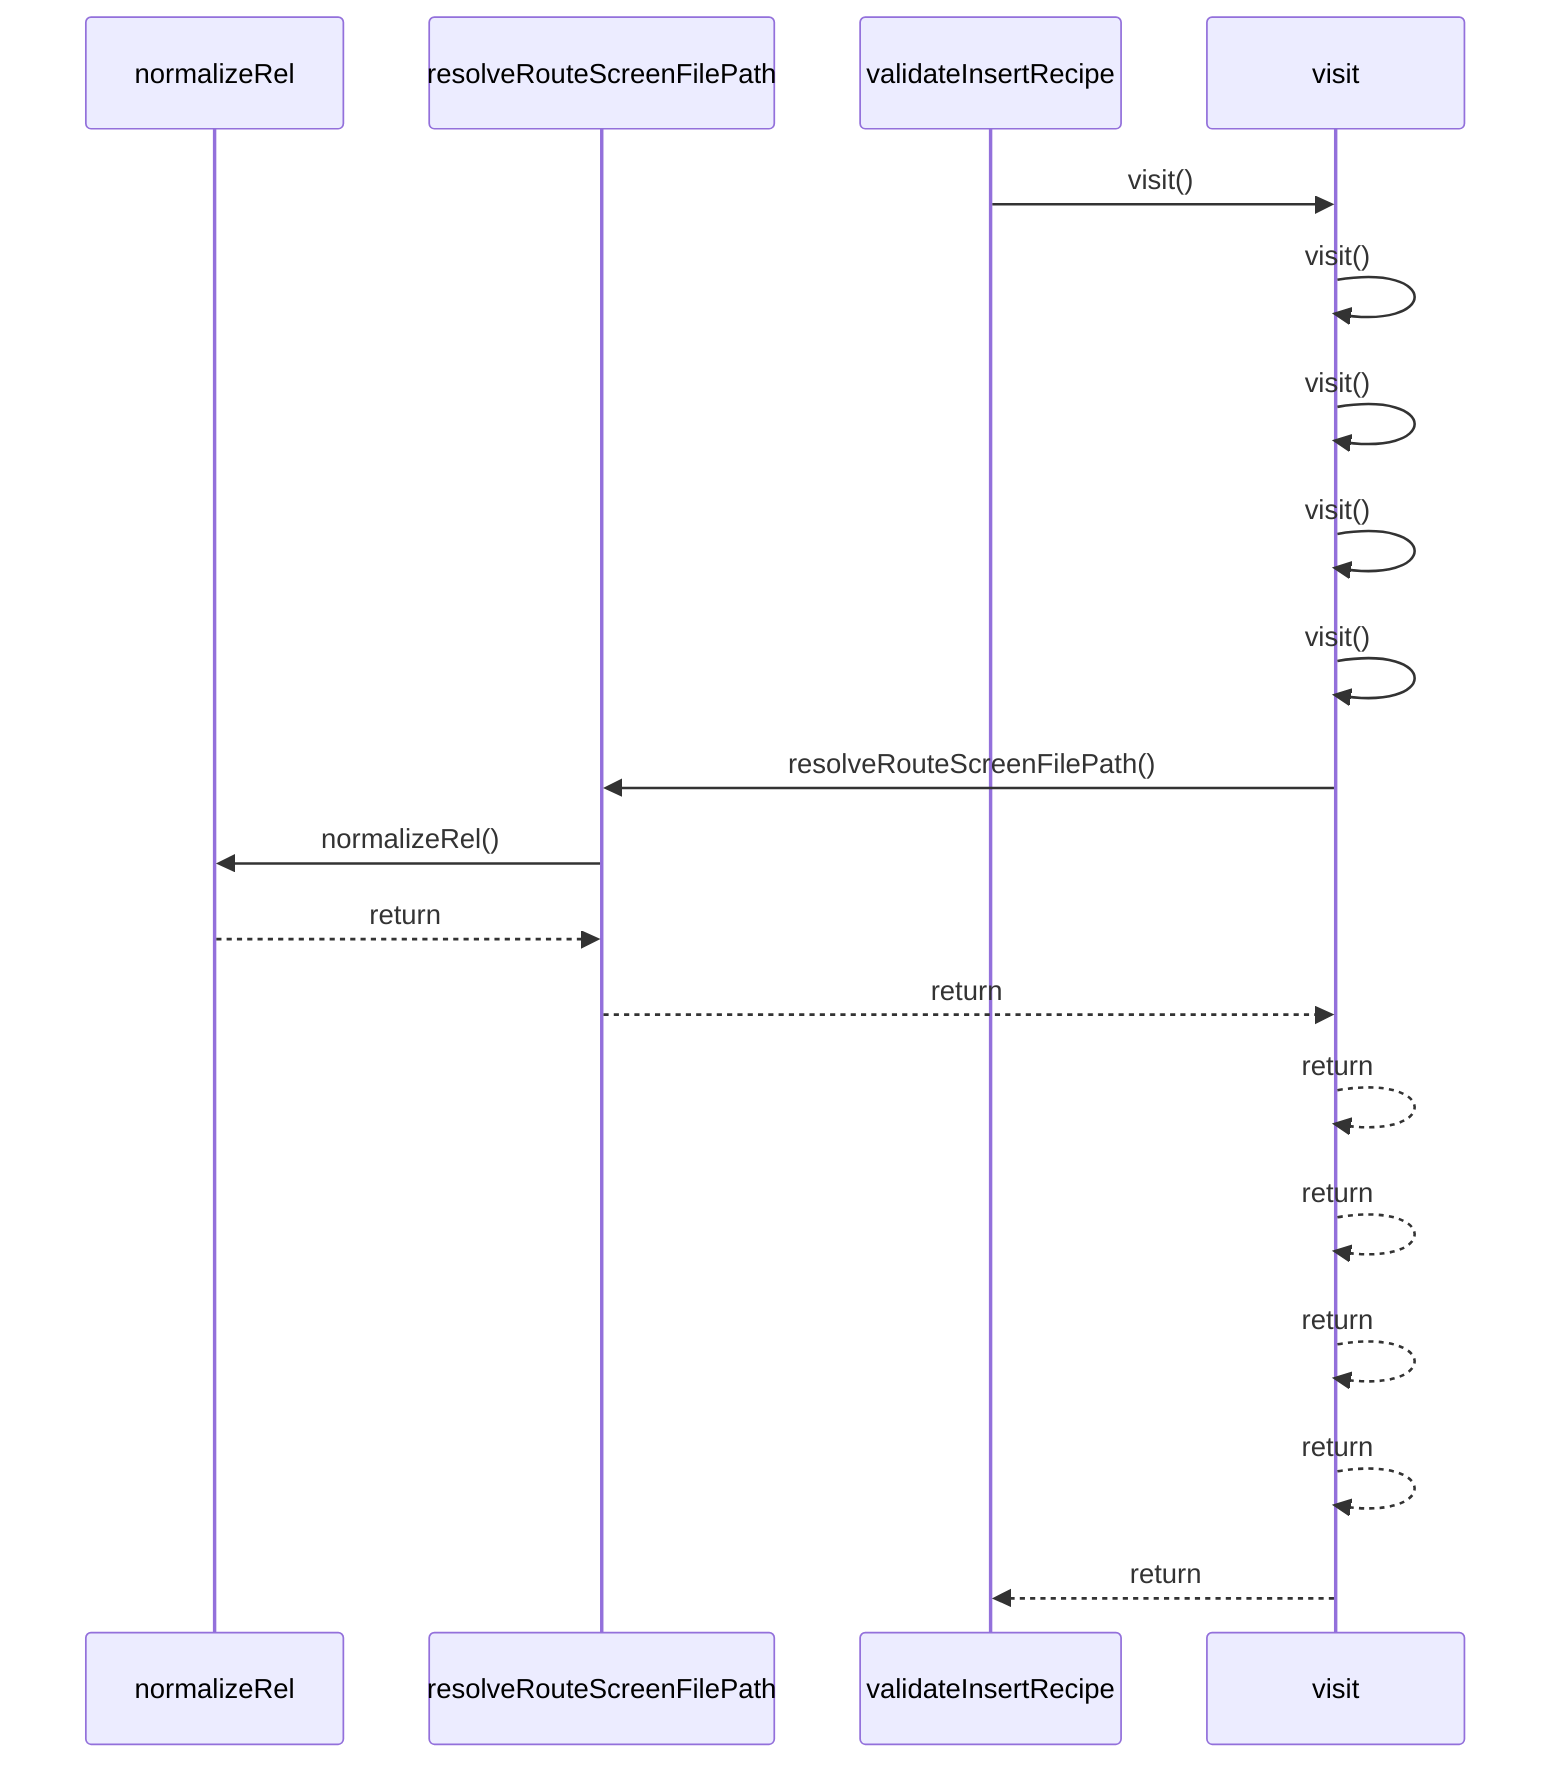
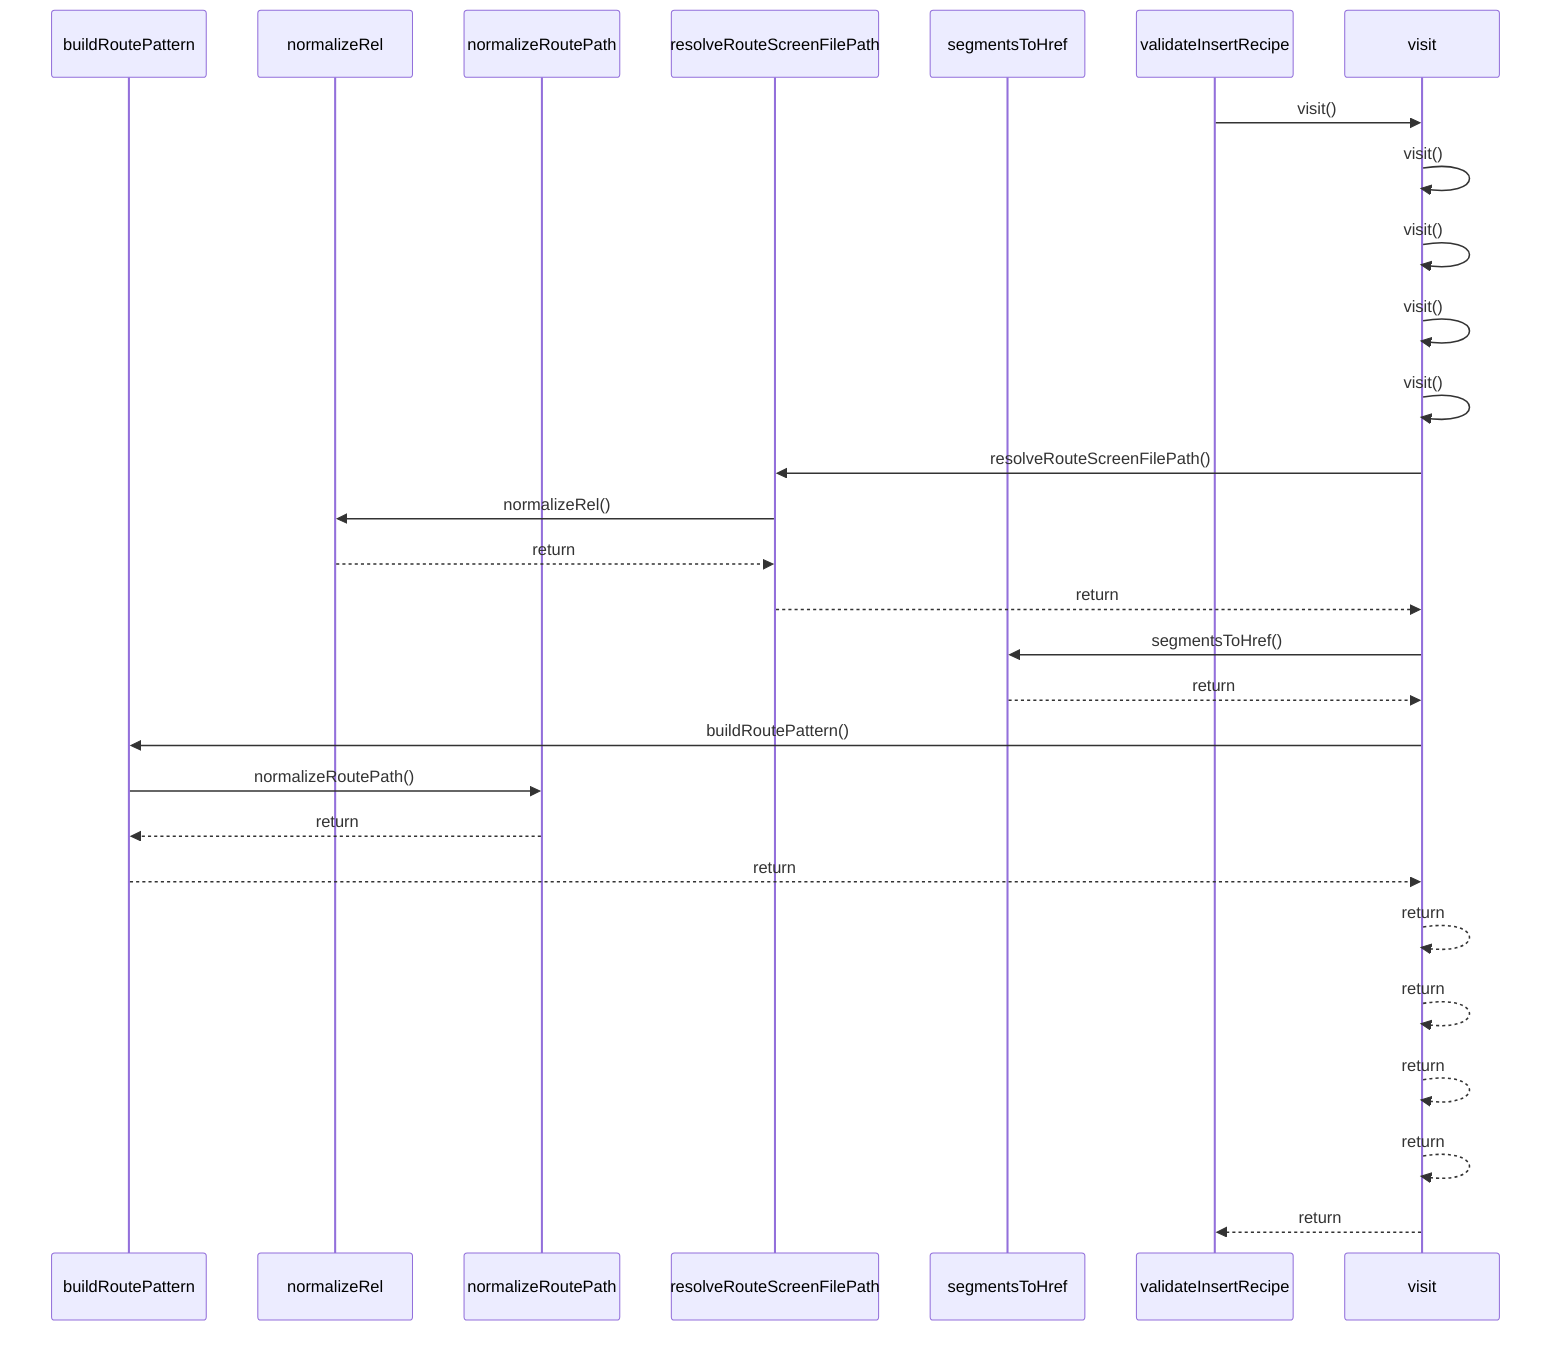
sequenceDiagram
+   participant participant_buildRoutePattern as buildRoutePattern
  participant participant_normalizeRel as normalizeRel
+   participant participant_normalizeRoutePath as normalizeRoutePath
  participant participant_resolveRouteScreenFilePath as resolveRouteScreenFilePath
+   participant participant_segmentsToHref as segmentsToHref
  participant participant_validateInsertRecipe as validateInsertRecipe
  participant participant_visit as visit
  participant_validateInsertRecipe->>participant_visit: visit()
  participant_visit->>participant_visit: visit()
  participant_visit->>participant_visit: visit()
  participant_visit->>participant_visit: visit()
  participant_visit->>participant_visit: visit()
  participant_visit->>participant_resolveRouteScreenFilePath: resolveRouteScreenFilePath()
  participant_resolveRouteScreenFilePath->>participant_normalizeRel: normalizeRel()
  participant_normalizeRel-->>participant_resolveRouteScreenFilePath: return
  participant_resolveRouteScreenFilePath-->>participant_visit: return
+   participant_visit->>participant_segmentsToHref: segmentsToHref()
+   participant_segmentsToHref-->>participant_visit: return
+   participant_visit->>participant_buildRoutePattern: buildRoutePattern()
+   participant_buildRoutePattern->>participant_normalizeRoutePath: normalizeRoutePath()
+   participant_normalizeRoutePath-->>participant_buildRoutePattern: return
+   participant_buildRoutePattern-->>participant_visit: return
  participant_visit-->>participant_visit: return
  participant_visit-->>participant_visit: return
  participant_visit-->>participant_visit: return
  participant_visit-->>participant_visit: return
  participant_visit-->>participant_validateInsertRecipe: return
